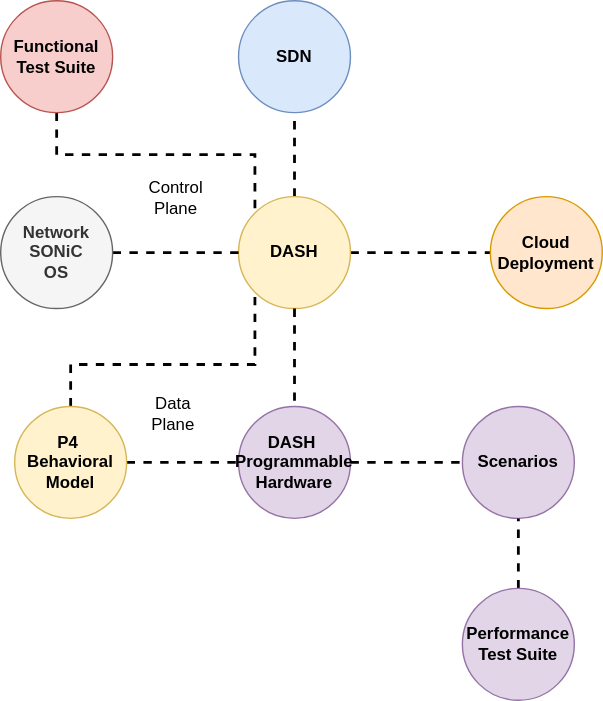
sonic-net/DASH keeps this draw.io diagram as documentation/general/design/images/hld/dash-hld-project-ecosystem.svg. Above is the earlier version. Source tidied: cells renumbered, new cells last; positions are measured from the earlier drawing's top-left corner, leaving out a move shared by most shapes.
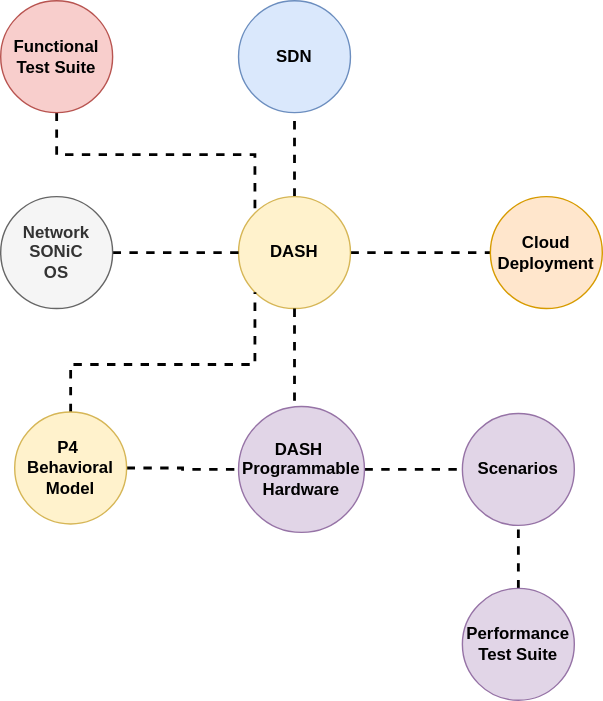
Above is the later version.

Change to the diagram source:
```diff
@@ -29,13 +29,13 @@
       <mxGeometry relative="1" as="geometry" />
     </mxCell>
     <mxCell id="10" value="&lt;b&gt;&lt;br&gt;&lt;br&gt;DASH&amp;nbsp; Programmable Hardware&lt;br&gt;&amp;nbsp;&lt;br&gt;&lt;br&gt;&lt;/b&gt;" style="ellipse;whiteSpace=wrap;html=1;fillColor=#e1d5e7;strokeColor=#9673a6;" parent="1" vertex="1">
-      <mxGeometry x="170" y="290" width="80" height="80" as="geometry" />
+      <mxGeometry x="170" y="290" width="90" height="90" as="geometry" />
     </mxCell>
     <mxCell id="11" value="&lt;b&gt;SDN&lt;/b&gt;" style="ellipse;whiteSpace=wrap;html=1;fillColor=#dae8fc;strokeColor=#6c8ebf;" parent="1" vertex="1">
       <mxGeometry x="170" width="80" height="80" as="geometry" />
     </mxCell>
     <mxCell id="12" value="&lt;b&gt;Scenarios&lt;br&gt;&lt;/b&gt;" style="ellipse;whiteSpace=wrap;html=1;fillColor=#e1d5e7;strokeColor=#9673a6;" parent="1" vertex="1">
-      <mxGeometry x="330" y="290" width="80" height="80" as="geometry" />
+      <mxGeometry x="330" y="295" width="80" height="80" as="geometry" />
     </mxCell>
     <mxCell id="13" style="edgeStyle=orthogonalEdgeStyle;rounded=0;jettySize=auto;html=1;exitX=0.5;exitY=0;exitDx=0;exitDy=0;entryX=0.5;entryY=1;entryDx=0;entryDy=0;dashed=1;endArrow=none;endFill=0;strokeWidth=2;" parent="1" edge="1" source="14" target="12">
       <mxGeometry relative="1" as="geometry" />
@@ -43,12 +43,6 @@
     <mxCell id="14" value="&lt;b&gt;Performance&lt;br&gt;Test Suite&lt;br&gt;&lt;/b&gt;" style="ellipse;whiteSpace=wrap;html=1;fillColor=#e1d5e7;strokeColor=#9673a6;" parent="1" vertex="1">
       <mxGeometry x="330" y="420" width="80" height="80" as="geometry" />
     </mxCell>
-    <mxCell id="15" value="Control &lt;br&gt;Plane" style="text;html=1;align=center;verticalAlign=middle;strokeColor=none;fillColor=none;" parent="1" vertex="1">
-      <mxGeometry x="100" y="126" width="50" height="30" as="geometry" />
-    </mxCell>
-    <mxCell id="16" value="Data&lt;br&gt;Plane" style="text;html=1;align=center;verticalAlign=middle;strokeColor=none;fillColor=none;" parent="1" vertex="1">
-      <mxGeometry x="98" y="280" width="50" height="30" as="geometry" />
-    </mxCell>
     <mxCell id="17" style="edgeStyle=orthogonalEdgeStyle;rounded=0;jettySize=auto;html=1;exitX=1;exitY=0.5;exitDx=0;exitDy=0;entryX=0;entryY=0.5;entryDx=0;entryDy=0;dashed=1;endArrow=none;endFill=0;strokeWidth=2;" parent="1" edge="1" source="19" target="10">
       <mxGeometry relative="1" as="geometry" />
     </mxCell>
@@ -61,7 +55,7 @@
       </mxGeometry>
     </mxCell>
     <mxCell id="19" value="&lt;b&gt;P4&amp;nbsp;&lt;br&gt;Behavioral&lt;br&gt;Model&lt;br&gt;&lt;/b&gt;" style="ellipse;whiteSpace=wrap;html=1;fillColor=#fff2cc;strokeColor=#d6b656;" parent="1" vertex="1">
-      <mxGeometry x="10" y="290" width="80" height="80" as="geometry" />
+      <mxGeometry x="10" y="294" width="80" height="80" as="geometry" />
     </mxCell>
     <mxCell id="20" style="edgeStyle=orthogonalEdgeStyle;rounded=0;jettySize=auto;html=1;exitX=0.5;exitY=1;exitDx=0;exitDy=0;entryX=0;entryY=0;entryDx=0;entryDy=0;dashed=1;endArrow=none;endFill=0;strokeWidth=2;" parent="1" edge="1" source="21" target="4">
       <mxGeometry relative="1" as="geometry" />
```
